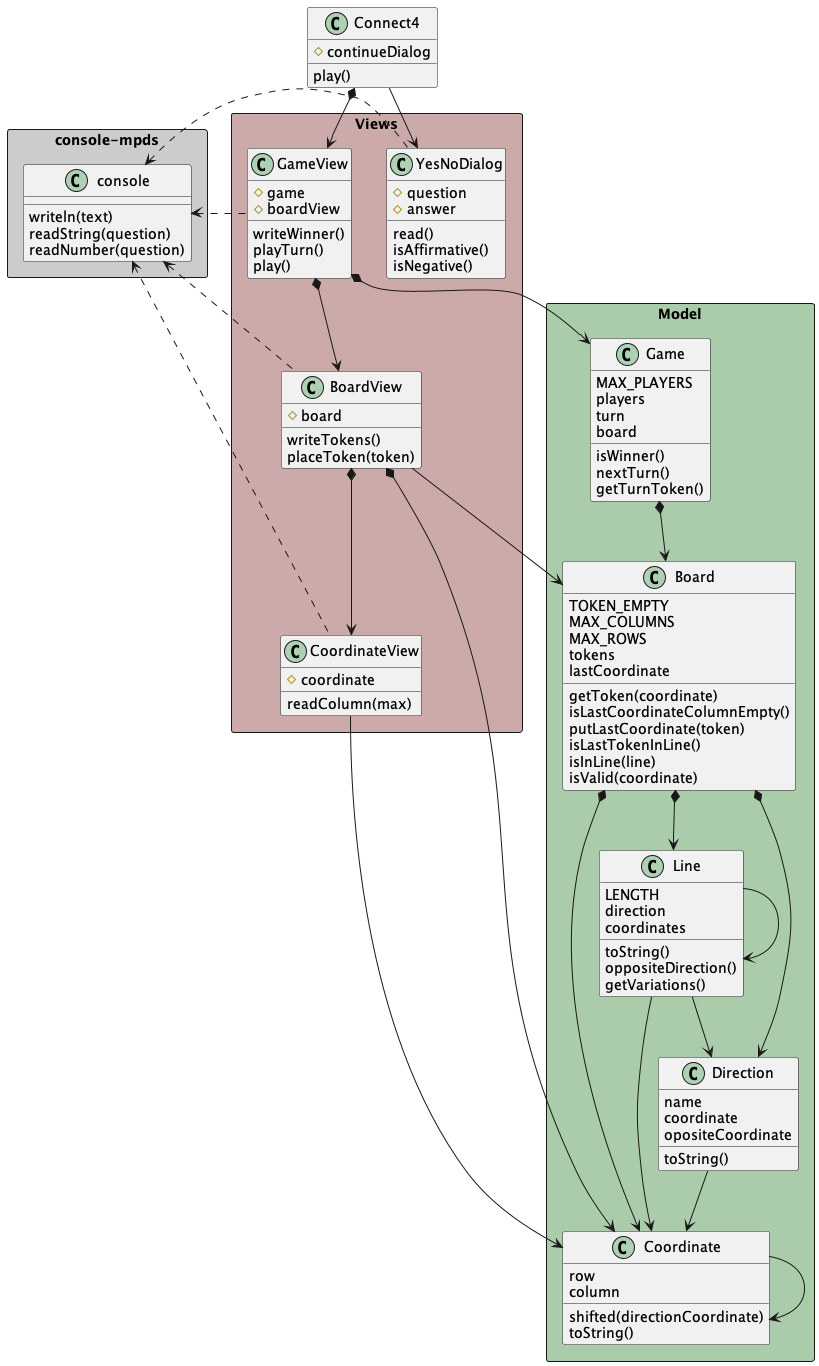
mpaulaherrero/escuelaIT keeps this PlantUML diagram as game-connect4/docs/diagrams/objectOriented/constructorFunction/class diagram/connect4_constructorFunction_classdiagram.png. Above is the earlier version. Its diagram source:
```plantuml
@startuml connect4_constructorFunction_classdiagram

package "console-mpds" <<Rectangle>> #ccc {
    class console {
        writeln(text)
        readString(question)
        readNumber(question)
    }
}

package "Model" <<Rectangle>> #aca {
    class Coordinate {
        row
        column
        shifted(directionCoordinate)
        toString()
    }

    class Direction {
        name
        coordinate
        opositeCoordinate
        toString()
    }

    class Line {
        LENGTH
        direction
        coordinates
        toString()
        oppositeDirection()
        getVariations()
    }

    class Board {
        TOKEN_EMPTY
        MAX_COLUMNS
        MAX_ROWS
        tokens
        lastCoordinate
        getToken(coordinate)
        isLastCoordinateColumnEmpty()
        putLastCoordinate(token)
        isLastTokenInLine()
        isInLine(line)
        isValid(coordinate)
    }

    class Game {
        MAX_PLAYERS
        players
        turn
        board
        isWinner()
        nextTurn()
        getTurnToken()
    }
}

package "Views" <<Rectangle>> #caa {
    class CoordinateView {
        #coordinate
        readColumn(max)
    }

    class BoardView{
        #board
        writeTokens()
        placeToken(token)
    }

    class GameView {
        #game
        #boardView
        writeWinner()
        playTurn()
        play()
    }

    class YesNoDialog {
        #question
        #answer
        read()
        isAffirmative()
        isNegative()
    }
}

class Connect4 {
    #continueDialog
    play()
}

Coordinate -> Coordinate

CoordinateView -> Coordinate

Direction -down-> Coordinate

Line -> Line
Line -down-> Coordinate
Line -down-> Direction

Board *-down-> Coordinate
Board *-down-> Direction
Board *-down-> Line

BoardView *-down-> CoordinateView
BoardView -down-> Board
BoardView *-down-> Coordinate

Game *-down-> Board

GameView *-down-> Game
GameView *-down-> BoardView

Connect4 -down-> YesNoDialog
Connect4 *-down-> GameView

YesNoDialog .-l-> console
GameView .-l-> console
BoardView .-l-> console
CoordinateView .-l-> console

@enduml
```
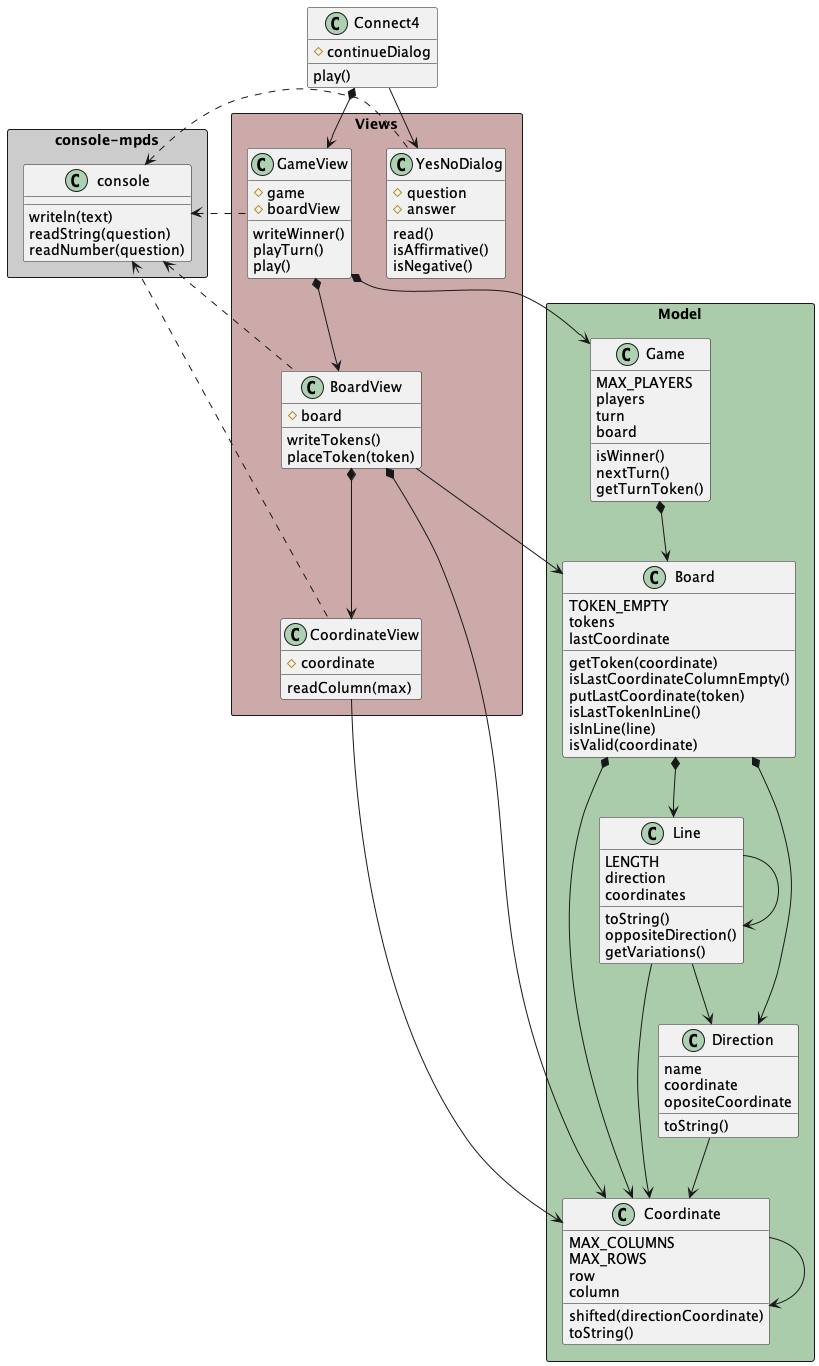
After the commit.

Commit message:
subir MAX_COLUMNS Y MAX_ROWS a coordinate respon

Diff of the diagram source:
```diff
@@ -10,6 +10,8 @@
 
 package "Model" <<Rectangle>> #aca {
     class Coordinate {
+        MAX_COLUMNS
+        MAX_ROWS
         row
         column
         shifted(directionCoordinate)
@@ -34,8 +36,6 @@
 
     class Board {
         TOKEN_EMPTY
-        MAX_COLUMNS
-        MAX_ROWS
         tokens
         lastCoordinate
         getToken(coordinate)
```
